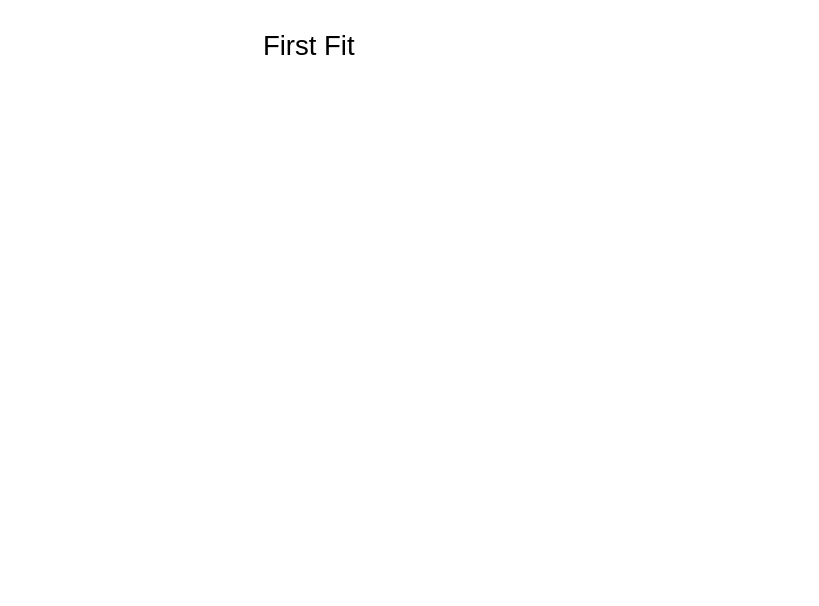
Earlier version of the draw.io diagram page "First Fit" (7 of 9) of Memory Management.drawio (CorpDK/Drawing). Source tidied: cells renumbered, new cells numbered last; positions are measured from the earlier drawing's top-left corner, leaving out a move shared by most shapes. Both pictures are drawn from the tidied source at 125%, with x=0, y=0 at pixel (109, 21).
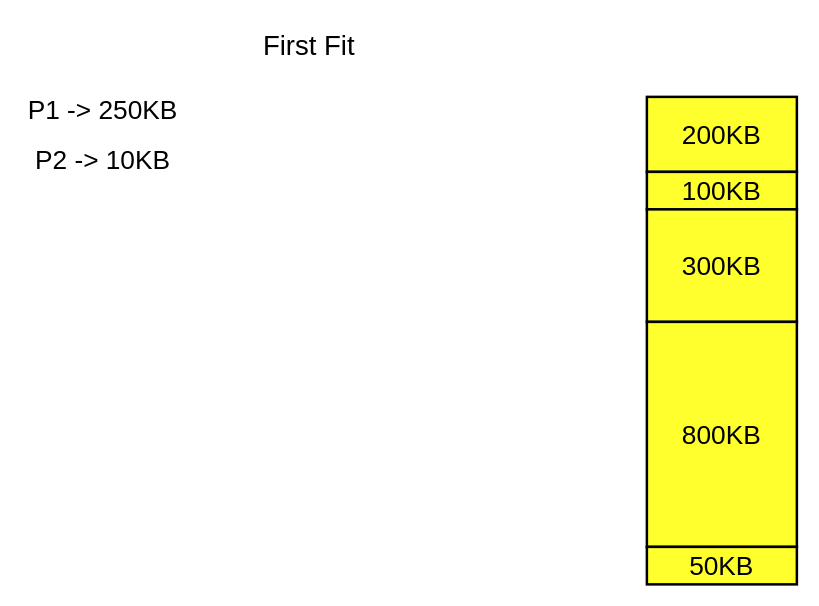
The same diagram, later.

The edit, as a diff of the source:
```diff
@@
 <mxGraphModel>
   <root>
     <mxCell id="0" />
     <mxCell id="1" parent="0" />
     <mxCell id="2" value="&lt;font style=&quot;font-size: 22px&quot;&gt;First Fit&lt;/font&gt;" style="text;html=1;strokeColor=none;fillColor=none;align=center;verticalAlign=middle;whiteSpace=wrap;rounded=0;" parent="1" vertex="1">
       <mxGeometry width="320" height="40" as="geometry" />
     </mxCell>
+    <mxCell id="3" value="200KB" style="rounded=0;whiteSpace=wrap;html=1;glass=0;strokeWidth=2;fillColor=#FFFF2E;fontSize=21;" parent="1" vertex="1">
+      <mxGeometry x="430" y="60" width="120" height="60" as="geometry" />
+    </mxCell>
+    <mxCell id="4" value="100KB" style="rounded=0;whiteSpace=wrap;html=1;glass=0;strokeWidth=2;fillColor=#FFFF2E;fontSize=21;" parent="1" vertex="1">
+      <mxGeometry x="430" y="120" width="120" height="30" as="geometry" />
+    </mxCell>
+    <mxCell id="5" value="300KB" style="rounded=0;whiteSpace=wrap;html=1;glass=0;strokeWidth=2;fillColor=#FFFF2E;fontSize=21;" parent="1" vertex="1">
+      <mxGeometry x="430" y="150" width="120" height="90" as="geometry" />
+    </mxCell>
+    <mxCell id="6" value="800KB" style="rounded=0;whiteSpace=wrap;html=1;glass=0;strokeWidth=2;fillColor=#FFFF2E;fontSize=21;" parent="1" vertex="1">
+      <mxGeometry x="430" y="240" width="120" height="180" as="geometry" />
+    </mxCell>
+    <mxCell id="7" value="50KB" style="rounded=0;whiteSpace=wrap;html=1;glass=0;strokeWidth=2;fillColor=#FFFF2E;fontSize=21;" parent="1" vertex="1">
+      <mxGeometry x="430" y="420" width="120" height="30" as="geometry" />
+    </mxCell>
+    <mxCell id="8" value="P1 -&amp;gt; 250KB" style="text;html=1;strokeColor=none;fillColor=none;align=center;verticalAlign=middle;whiteSpace=wrap;rounded=0;glass=0;fontSize=21;" parent="1" vertex="1">
+      <mxGeometry x="-70" y="60" width="130" height="20" as="geometry" />
+    </mxCell>
+    <mxCell id="9" value="P2 -&amp;gt; 10KB" style="text;html=1;strokeColor=none;fillColor=none;align=center;verticalAlign=middle;whiteSpace=wrap;rounded=0;glass=0;fontSize=21;" parent="1" vertex="1">
+      <mxGeometry x="-70" y="100" width="130" height="20" as="geometry" />
+    </mxCell>
   </root>
 </mxGraphModel>
```
